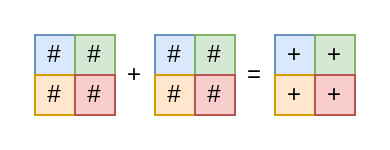
yshavit/llm-notes keeps this draw.io diagram as book/images/no-math/matrix-add.drawio. Above is the earlier version. Source tidied: cells renumbered, new cells numbered last; positions are measured from the earlier drawing's top-left corner, leaving out a move shared by most shapes. Both pictures are drawn from the tidied source at 200%, with x=0, y=0 at pixel (34, 34).
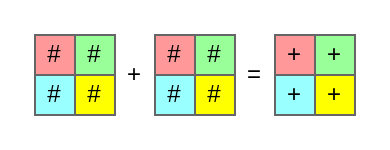
Above is the later version.

The edit, as a diff of the source:
```diff
@@
 <mxGraphModel>
   <root>
     <mxCell id="0" />
     <mxCell id="1" parent="0" />
-    <mxCell id="2" value="#" style="rounded=0;whiteSpace=wrap;html=1;fillColor=#dae8fc;strokeColor=#6c8ebf;" parent="1" vertex="1">
+    <mxCell id="2" value="#" style="rounded=0;whiteSpace=wrap;html=1;fillColor=#FF9999;strokeColor=#666666;" parent="1" vertex="1">
       <mxGeometry width="20" height="20" as="geometry" />
     </mxCell>
-    <mxCell id="3" value="#" style="rounded=0;whiteSpace=wrap;html=1;fillColor=#d5e8d4;strokeColor=#82b366;" parent="1" vertex="1">
+    <mxCell id="3" value="#" style="rounded=0;whiteSpace=wrap;html=1;fillColor=#99FF99;strokeColor=#666666;" parent="1" vertex="1">
       <mxGeometry x="20" width="20" height="20" as="geometry" />
     </mxCell>
-    <mxCell id="4" value="#" style="rounded=0;whiteSpace=wrap;html=1;fillColor=#ffe6cc;strokeColor=#d79b00;" parent="1" vertex="1">
+    <mxCell id="4" value="#" style="rounded=0;whiteSpace=wrap;html=1;fillColor=#99FFFF;strokeColor=#666666;" parent="1" vertex="1">
       <mxGeometry y="20" width="20" height="20" as="geometry" />
     </mxCell>
-    <mxCell id="5" value="#" style="rounded=0;whiteSpace=wrap;html=1;fillColor=#f8cecc;strokeColor=#b85450;" parent="1" vertex="1">
+    <mxCell id="5" value="#" style="rounded=0;whiteSpace=wrap;html=1;fillColor=#FFFF00;strokeColor=#666666;" parent="1" vertex="1">
       <mxGeometry x="20" y="20" width="20" height="20" as="geometry" />
     </mxCell>
-    <mxCell id="6" value="#" style="rounded=0;whiteSpace=wrap;html=1;fillColor=#dae8fc;strokeColor=#6c8ebf;" parent="1" vertex="1">
+    <mxCell id="6" value="#" style="rounded=0;whiteSpace=wrap;html=1;fillColor=#FF9999;strokeColor=#666666;" parent="1" vertex="1">
       <mxGeometry x="60" width="20" height="20" as="geometry" />
     </mxCell>
-    <mxCell id="7" value="#" style="rounded=0;whiteSpace=wrap;html=1;fillColor=#d5e8d4;strokeColor=#82b366;" parent="1" vertex="1">
+    <mxCell id="7" value="#" style="rounded=0;whiteSpace=wrap;html=1;fillColor=#99FF99;strokeColor=#666666;" parent="1" vertex="1">
       <mxGeometry x="80" width="20" height="20" as="geometry" />
     </mxCell>
-    <mxCell id="8" value="#" style="rounded=0;whiteSpace=wrap;html=1;fillColor=#ffe6cc;strokeColor=#d79b00;" parent="1" vertex="1">
+    <mxCell id="8" value="#" style="rounded=0;whiteSpace=wrap;html=1;fillColor=#99FFFF;strokeColor=#666666;" parent="1" vertex="1">
       <mxGeometry x="60" y="20" width="20" height="20" as="geometry" />
     </mxCell>
-    <mxCell id="9" value="#" style="rounded=0;whiteSpace=wrap;html=1;fillColor=#f8cecc;strokeColor=#b85450;" parent="1" vertex="1">
+    <mxCell id="9" value="#" style="rounded=0;whiteSpace=wrap;html=1;fillColor=#FFFF00;strokeColor=#666666;" parent="1" vertex="1">
       <mxGeometry x="80" y="20" width="20" height="20" as="geometry" />
     </mxCell>
-    <mxCell id="10" value="+" style="rounded=0;whiteSpace=wrap;html=1;fillColor=#dae8fc;strokeColor=#6c8ebf;" parent="1" vertex="1">
+    <mxCell id="10" value="+" style="rounded=0;whiteSpace=wrap;html=1;fillColor=#FF9999;strokeColor=#666666;" parent="1" vertex="1">
       <mxGeometry x="120" width="20" height="20" as="geometry" />
     </mxCell>
-    <mxCell id="11" value="+" style="rounded=0;whiteSpace=wrap;html=1;fillColor=#d5e8d4;strokeColor=#82b366;" parent="1" vertex="1">
+    <mxCell id="11" value="+" style="rounded=0;whiteSpace=wrap;html=1;fillColor=#99FF99;strokeColor=#666666;" parent="1" vertex="1">
       <mxGeometry x="140" width="20" height="20" as="geometry" />
     </mxCell>
-    <mxCell id="12" value="+" style="rounded=0;whiteSpace=wrap;html=1;fillColor=#ffe6cc;strokeColor=#d79b00;" parent="1" vertex="1">
+    <mxCell id="12" value="+" style="rounded=0;whiteSpace=wrap;html=1;fillColor=#99FFFF;strokeColor=#666666;" parent="1" vertex="1">
       <mxGeometry x="120" y="20" width="20" height="20" as="geometry" />
     </mxCell>
-    <mxCell id="13" value="+" style="rounded=0;whiteSpace=wrap;html=1;fillColor=#f8cecc;strokeColor=#b85450;" parent="1" vertex="1">
+    <mxCell id="13" value="+" style="rounded=0;whiteSpace=wrap;html=1;fillColor=#FFFF00;strokeColor=#666666;" parent="1" vertex="1">
       <mxGeometry x="140" y="20" width="20" height="20" as="geometry" />
     </mxCell>
     <mxCell id="14" value="+" style="text;html=1;whiteSpace=wrap;strokeColor=none;fillColor=none;align=center;verticalAlign=middle;rounded=0;" parent="1" vertex="1">
       <mxGeometry x="40" width="20" height="40" as="geometry" />
     </mxCell>
     <mxCell id="15" value="=" style="text;html=1;whiteSpace=wrap;strokeColor=none;fillColor=none;align=center;verticalAlign=middle;rounded=0;" parent="1" vertex="1">
       <mxGeometry x="100" width="20" height="40" as="geometry" />
     </mxCell>
   </root>
 </mxGraphModel>
```
